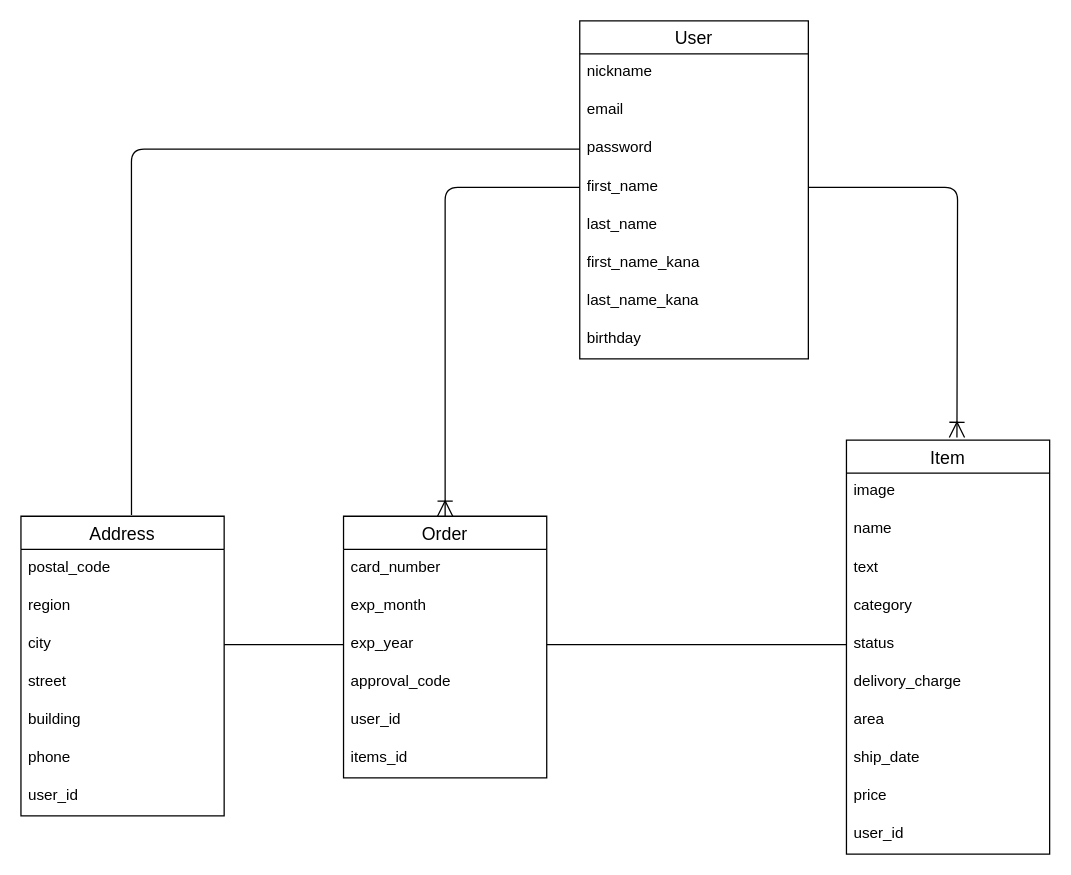
The draw.io diagram furima.dio in tumugi-koume/furima-31114, before the edit. Source tidied: cells renumbered, new cells numbered last; positions are measured from the earlier drawing's top-left corner, leaving out a move shared by most shapes. Both pictures are drawn from the tidied source at 127%, with x=0, y=0 at pixel (20, 20).
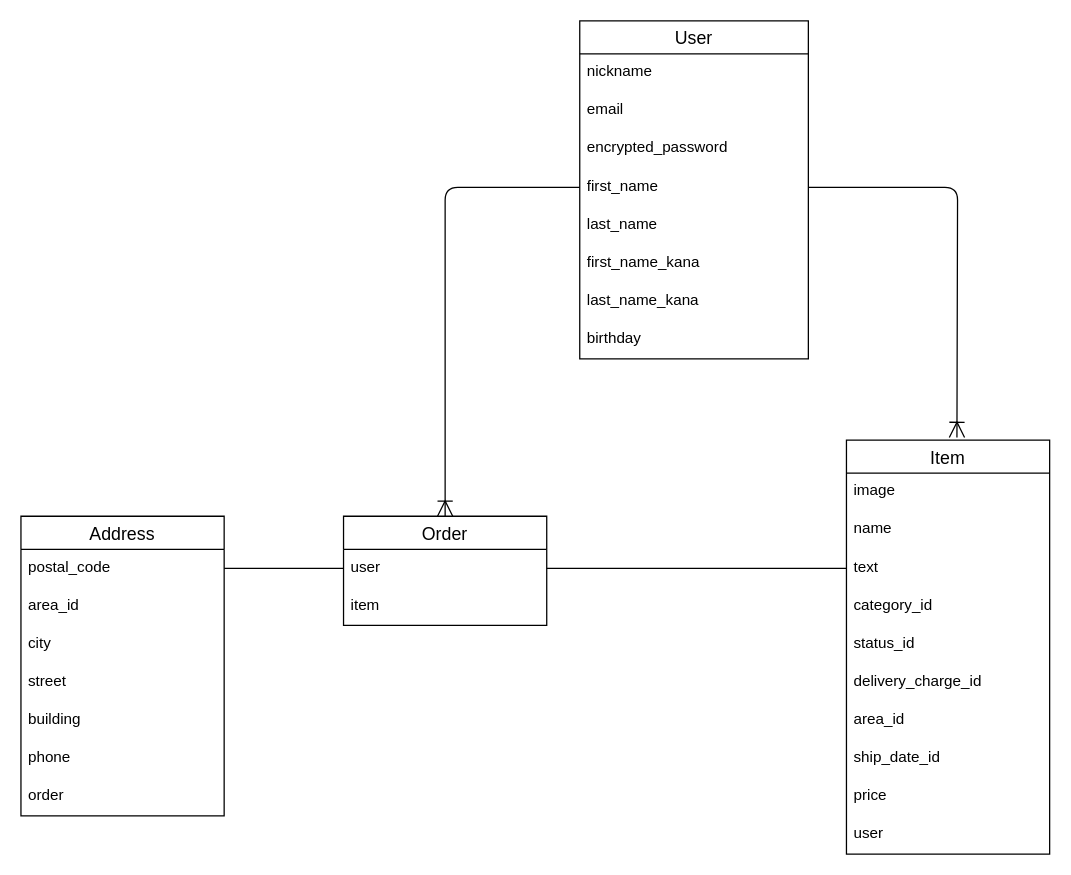
After the change.

Unchanged cells that the change refers to:
```xml
<mxCell id="2" value="Address" style="swimlane;fontStyle=0;horizontal=1;startSize=26;align=center;fontSize=14;" parent="1" vertex="1">
  <mxGeometry y="390" width="160" height="236" as="geometry" />
</mxCell>
<mxCell id="3" value="postal_code" style="text;strokeColor=none;fillColor=none;spacingLeft=4;spacingRight=4;overflow=hidden;points=[[0,0.5],[1,0.5]];portConstraint=eastwest;fontSize=12;" parent="2" vertex="1">
  <mxGeometry y="26" width="160" height="30" as="geometry" />
</mxCell>
<mxCell id="5" value="city" style="text;strokeColor=none;fillColor=none;spacingLeft=4;spacingRight=4;overflow=hidden;points=[[0,0.5],[1,0.5]];portConstraint=eastwest;fontSize=12;" parent="2" vertex="1">
  <mxGeometry y="86" width="160" height="30" as="geometry" />
</mxCell>
<mxCell id="17" value="Item" style="swimlane;fontStyle=0;horizontal=1;startSize=26;align=center;fontSize=14;" parent="1" vertex="1">
  <mxGeometry x="650" y="330" width="160" height="326" as="geometry" />
</mxCell>
<mxCell id="30" value="User" style="swimlane;fontStyle=0;horizontal=1;startSize=26;align=center;fontSize=14;" parent="1" vertex="1">
  <mxGeometry x="440" width="180" height="266" as="geometry" />
</mxCell>
```

What changed in the source:
```diff
@@
-    <mxCell id="4" value="region" style="text;strokeColor=none;fillColor=none;spacingLeft=4;spacingRight=4;overflow=hidden;fontSize=12;" parent="2" vertex="1">
+    <mxCell id="4" value="area_id" style="text;strokeColor=none;fillColor=none;spacingLeft=4;spacingRight=4;overflow=hidden;fontSize=12;" parent="2" vertex="1">
       <mxGeometry y="56" width="160" height="30" as="geometry" />
     </mxCell>
@@
-    <mxCell id="9" value="user_id" style="text;strokeColor=none;fillColor=none;spacingLeft=4;spacingRight=4;overflow=hidden;fontSize=12;" parent="2" vertex="1">
-      <mxGeometry y="206" width="160" height="30" as="geometry" />
-    </mxCell>
+    <mxCell id="42" value="order" style="text;strokeColor=none;fillColor=none;spacingLeft=4;spacingRight=4;overflow=hidden;fontSize=12;" parent="2" vertex="1">
+      <mxGeometry y="206" width="160" height="30" as="geometry" />
+    </mxCell>
     <mxCell id="10" value="Order" style="swimlane;fontStyle=0;horizontal=1;startSize=26;align=center;fontSize=14;" parent="1" vertex="1">
-      <mxGeometry x="254" y="390" width="160" height="206" as="geometry" />
+      <mxGeometry x="254" y="390" width="160" height="86" as="geometry" />
     </mxCell>
-    <mxCell id="11" value="card_number" style="text;strokeColor=none;fillColor=none;spacingLeft=4;spacingRight=4;overflow=hidden;fontSize=12;" parent="10" vertex="1">
-      <mxGeometry y="26" width="160" height="30" as="geometry" />
-    </mxCell>
-    <mxCell id="12" value="exp_month" style="text;strokeColor=none;fillColor=none;spacingLeft=4;spacingRight=4;overflow=hidden;fontSize=12;" parent="10" vertex="1">
-      <mxGeometry y="56" width="160" height="30" as="geometry" />
-    </mxCell>
-    <mxCell id="13" value="exp_year" style="text;strokeColor=none;fillColor=none;spacingLeft=4;spacingRight=4;overflow=hidden;points=[[0,0.5],[1,0.5]];portConstraint=eastwest;fontSize=12;" parent="10" vertex="1">
-      <mxGeometry y="86" width="160" height="30" as="geometry" />
-    </mxCell>
-    <mxCell id="14" value="approval_code" style="text;strokeColor=none;fillColor=none;spacingLeft=4;spacingRight=4;overflow=hidden;fontSize=12;" parent="10" vertex="1">
-      <mxGeometry y="116" width="160" height="30" as="geometry" />
-    </mxCell>
-    <mxCell id="15" value="user_id" style="text;strokeColor=none;fillColor=none;spacingLeft=4;spacingRight=4;overflow=hidden;fontSize=12;" parent="10" vertex="1">
-      <mxGeometry y="146" width="160" height="30" as="geometry" />
+    <mxCell id="15" value="user" style="text;strokeColor=none;fillColor=none;spacingLeft=4;spacingRight=4;overflow=hidden;fontSize=12;" parent="10" vertex="1">
+      <mxGeometry y="26" width="160" height="30" as="geometry" />
     </mxCell>
-    <mxCell id="16" value="items_id" style="text;strokeColor=none;fillColor=none;spacingLeft=4;spacingRight=4;overflow=hidden;fontSize=12;" parent="10" vertex="1">
-      <mxGeometry y="176" width="160" height="30" as="geometry" />
+    <mxCell id="16" value="item" style="text;strokeColor=none;fillColor=none;spacingLeft=4;spacingRight=4;overflow=hidden;fontSize=12;" parent="10" vertex="1">
+      <mxGeometry y="56" width="160" height="30" as="geometry" />
     </mxCell>
@@
-    <mxCell id="21" value="category" style="text;strokeColor=none;fillColor=none;spacingLeft=4;spacingRight=4;overflow=hidden;fontSize=12;" parent="17" vertex="1">
+    <mxCell id="21" value="category_id" style="text;strokeColor=none;fillColor=none;spacingLeft=4;spacingRight=4;overflow=hidden;fontSize=12;" parent="17" vertex="1">
       <mxGeometry y="116" width="160" height="30" as="geometry" />
     </mxCell>
-    <mxCell id="22" value="status" style="text;strokeColor=none;fillColor=none;spacingLeft=4;spacingRight=4;overflow=hidden;points=[[0,0.5],[1,0.5]];portConstraint=eastwest;fontSize=12;" parent="17" vertex="1">
+    <mxCell id="22" value="status_id" style="text;strokeColor=none;fillColor=none;spacingLeft=4;spacingRight=4;overflow=hidden;points=[[0,0.5],[1,0.5]];portConstraint=eastwest;fontSize=12;" parent="17" vertex="1">
       <mxGeometry y="146" width="160" height="30" as="geometry" />
     </mxCell>
-    <mxCell id="23" value="delivory_charge" style="text;strokeColor=none;fillColor=none;spacingLeft=4;spacingRight=4;overflow=hidden;fontSize=12;" parent="17" vertex="1">
+    <mxCell id="23" value="delivery_charge_id" style="text;strokeColor=none;fillColor=none;spacingLeft=4;spacingRight=4;overflow=hidden;fontSize=12;" parent="17" vertex="1">
       <mxGeometry y="176" width="160" height="30" as="geometry" />
     </mxCell>
-    <mxCell id="24" value="area" style="text;strokeColor=none;fillColor=none;spacingLeft=4;spacingRight=4;overflow=hidden;fontSize=12;" parent="17" vertex="1">
+    <mxCell id="24" value="area_id" style="text;strokeColor=none;fillColor=none;spacingLeft=4;spacingRight=4;overflow=hidden;fontSize=12;" parent="17" vertex="1">
       <mxGeometry y="206" width="160" height="30" as="geometry" />
     </mxCell>
-    <mxCell id="25" value="ship_date" style="text;strokeColor=none;fillColor=none;spacingLeft=4;spacingRight=4;overflow=hidden;fontSize=12;" parent="17" vertex="1">
+    <mxCell id="25" value="ship_date_id" style="text;strokeColor=none;fillColor=none;spacingLeft=4;spacingRight=4;overflow=hidden;fontSize=12;" parent="17" vertex="1">
       <mxGeometry y="236" width="160" height="30" as="geometry" />
     </mxCell>
@@
-    <mxCell id="27" value="user_id" style="text;strokeColor=none;fillColor=none;spacingLeft=4;spacingRight=4;overflow=hidden;fontSize=12;" parent="17" vertex="1">
+    <mxCell id="27" value="user" style="text;strokeColor=none;fillColor=none;spacingLeft=4;spacingRight=4;overflow=hidden;fontSize=12;" parent="17" vertex="1">
       <mxGeometry y="296" width="160" height="30" as="geometry" />
     </mxCell>
@@
-    <mxCell id="29" style="edgeStyle=orthogonalEdgeStyle;rounded=1;jettySize=auto;html=1;exitX=0;exitY=0.5;exitDx=0;exitDy=0;entryX=1;entryY=0.5;entryDx=0;entryDy=0;startArrow=none;startFill=0;startSize=10;endArrow=none;endFill=0;endSize=10;" parent="1" edge="1" source="22" target="13">
-      <mxGeometry relative="1" as="geometry" />
+    <mxCell id="29" style="edgeStyle=orthogonalEdgeStyle;rounded=1;orthogonalLoop=1;jettySize=auto;html=1;entryX=1;entryY=0.5;entryDx=0;entryDy=0;startArrow=none;startFill=0;startSize=10;endArrow=none;endFill=0;endSize=10;" parent="1" edge="1">
+      <mxGeometry relative="1" as="geometry">
+        <mxPoint x="650" y="431" as="sourcePoint" />
+        <mxPoint x="414" y="431" as="targetPoint" />
+        <Array as="points">
+          <mxPoint x="650" y="431" />
+        </Array>
+      </mxGeometry>
     </mxCell>
@@
-    <mxCell id="33" value="password" style="text;strokeColor=none;fillColor=none;spacingLeft=4;spacingRight=4;overflow=hidden;points=[[0,0.5],[1,0.5]];portConstraint=eastwest;fontSize=12;" parent="30" vertex="1">
+    <mxCell id="33" value="encrypted_password" style="text;strokeColor=none;fillColor=none;spacingLeft=4;spacingRight=4;overflow=hidden;points=[[0,0.5],[1,0.5]];portConstraint=eastwest;fontSize=12;" parent="30" vertex="1">
       <mxGeometry y="86" width="180" height="30" as="geometry" />
     </mxCell>
@@
-    <mxCell id="40" style="edgeStyle=orthogonalEdgeStyle;rounded=1;jettySize=auto;html=1;exitX=0;exitY=0.5;exitDx=0;exitDy=0;entryX=1;entryY=0.5;entryDx=0;entryDy=0;startArrow=none;startFill=0;startSize=10;endArrow=none;endFill=0;endSize=10;" parent="1" edge="1" source="13" target="5">
-      <mxGeometry relative="1" as="geometry" />
+    <mxCell id="40" style="edgeStyle=orthogonalEdgeStyle;rounded=1;jettySize=auto;html=1;exitX=0;exitY=0.5;exitDx=0;exitDy=0;startArrow=none;startFill=0;startSize=10;endArrow=none;endFill=0;endSize=10;entryX=1;entryY=0.5;entryDx=0;entryDy=0;" parent="1" edge="1" target="3">
+      <mxGeometry relative="1" as="geometry">
+        <mxPoint x="254" y="431" as="sourcePoint" />
+        <Array as="points">
+          <mxPoint x="210" y="431" />
+          <mxPoint x="210" y="431" />
+        </Array>
+      </mxGeometry>
     </mxCell>
-    <mxCell id="41" style="edgeStyle=orthogonalEdgeStyle;rounded=1;jettySize=auto;html=1;exitX=0;exitY=0.5;exitDx=0;exitDy=0;entryX=0.544;entryY=-0.004;entryDx=0;entryDy=0;entryPerimeter=0;startArrow=none;startFill=0;startSize=10;endArrow=none;endFill=0;endSize=10;" parent="1" edge="1" source="33" target="2">
-      <mxGeometry relative="1" as="geometry" />
-    </mxCell>
```
